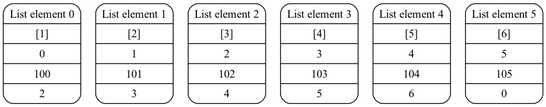
Earlier version of the Graphviz export DL_list.png (tikuznezov/Double_link_list). Its source is kept beside it as DL_list.gv.
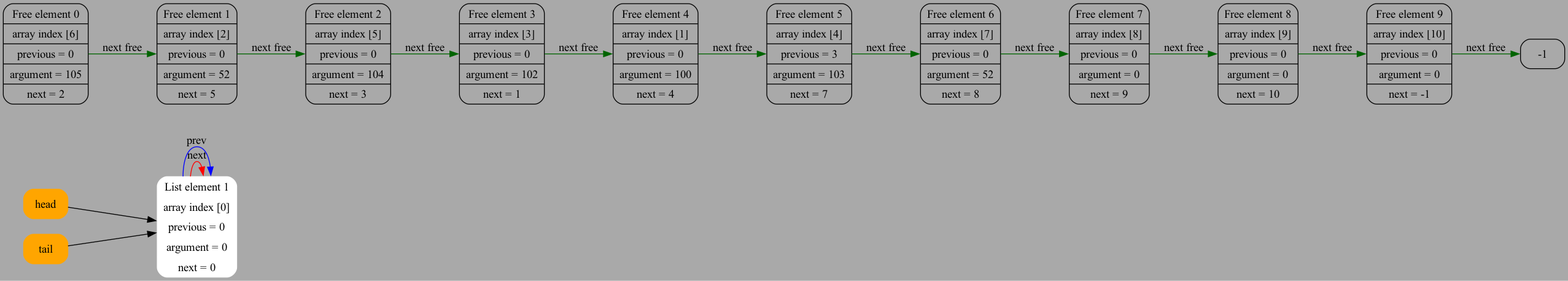
After the change.

Commit message:
gv show list and free

What changed in the source:
```diff
@@ -1,9 +1,31 @@
-digraph G {
-node [shape = box, shape = Mrecord];
-	0 [label = "{List element 0 | [1] | 0 |      100 | 2}"];
-	1 [label = "{List element 1 | [2] | 1 |      101 | 3}"];
-	2 [label = "{List element 2 | [3] | 2 |      102 | 4}"];
-	3 [label = "{List element 3 | [4] | 3 |      103 | 5}"];
-	4 [label = "{List element 4 | [5] | 4 |      104 | 6}"];
-	5 [label = "{List element 5 | [6] | 5 |      105 | 0}"];
+digraph 230 {
+node [shape = box, shape = Mrecord]; bgcolor = white; rankdir=LR;
+	0  [label = "                                          List element 0  |                                         array index [0] |                                         previous = 0    |                                         argument =        0 |                                 next = 0"];
+	head [label = "head", style=filled, color = orange];
+	head -> 0
+	tail [label = "tail", style=filled, color = orange];
+	tail -> 0
+	0  [label = "                                          List element 1  |                                             array index [0] |                                             previous = 0    |                                             argument =        0 |                                     next = 0"                                                    style = filled, fillcolor = "#7dff97"    color = "#3fb950"    fontcolor = "#000000"];
+	0 -> 0 [label = "next", color = red];
+	0 -> 0 [label = "prev", color = blue];
+	6  [label = "                                          Free element 0  |                                             array index [6] |                                             previous = 0    |                                             argument =      105 |                                     next = 2",                                                   style = filled, fillcolor = "#84a7f8"    color = "#5d5da4"    fontcolor = "#000000"];
+	6 -> 2 [label = "next free", color = darkgreen];
+	2  [label = "                                          Free element 1  |                                             array index [2] |                                             previous = 0    |                                             argument =       52 |                                     next = 5",                                                   style = filled, fillcolor = "#84a7f8"    color = "#5d5da4"    fontcolor = "#000000"];
+	2 -> 5 [label = "next free", color = darkgreen];
+	5  [label = "                                          Free element 2  |                                             array index [5] |                                             previous = 0    |                                             argument =      104 |                                     next = 3",                                                   style = filled, fillcolor = "#84a7f8"    color = "#5d5da4"    fontcolor = "#000000"];
+	5 -> 3 [label = "next free", color = darkgreen];
+	3  [label = "                                          Free element 3  |                                             array index [3] |                                             previous = 0    |                                             argument =      102 |                                     next = 1",                                                   style = filled, fillcolor = "#84a7f8"    color = "#5d5da4"    fontcolor = "#000000"];
+	3 -> 1 [label = "next free", color = darkgreen];
+	1  [label = "                                          Free element 4  |                                             array index [1] |                                             previous = 0    |                                             argument =      100 |                                     next = 4",                                                   style = filled, fillcolor = "#84a7f8"    color = "#5d5da4"    fontcolor = "#000000"];
+	1 -> 4 [label = "next free", color = darkgreen];
+	4  [label = "                                          Free element 5  |                                             array index [4] |                                             previous = 3    |                                             argument =      103 |                                     next = 7",                                                   style = filled, fillcolor = "#84a7f8"    color = "#5d5da4"    fontcolor = "#000000"];
+	4 -> 7 [label = "next free", color = darkgreen];
+	7  [label = "                                          Free element 6  |                                             array index [7] |                                             previous = 0    |                                             argument =       52 |                                     next = 8",                                                   style = filled, fillcolor = "#84a7f8"    color = "#5d5da4"    fontcolor = "#000000"];
+	7 -> 8 [label = "next free", color = darkgreen];
+	8  [label = "                                          Free element 7  |                                             array index [8] |                                             previous = 0    |                                             argument =        0 |                                     next = 9",                                                   style = filled, fillcolor = "#84a7f8"    color = "#5d5da4"    fontcolor = "#000000"];
+	8 -> 9 [label = "next free", color = darkgreen];
+	9  [label = "                                          Free element 8  |                                             array index [9] |                                             previous = 0    |                                             argument =        0 |                                     next = 10",                                                   style = filled, fillcolor = "#84a7f8"    color = "#5d5da4"    fontcolor = "#000000"];
+	9 -> 10 [label = "next free", color = darkgreen];
+	10  [label = "                                          Free element 9  |                                             array index [10] |                                             previous = 0    |                                             argument =        0 |                                     next = -1",                                                   style = filled, fillcolor = "#84a7f8"    color = "#5d5da4"    fontcolor = "#000000"];
+	10 -> -1 [label = "next free", color = darkgreen];
 }
```
